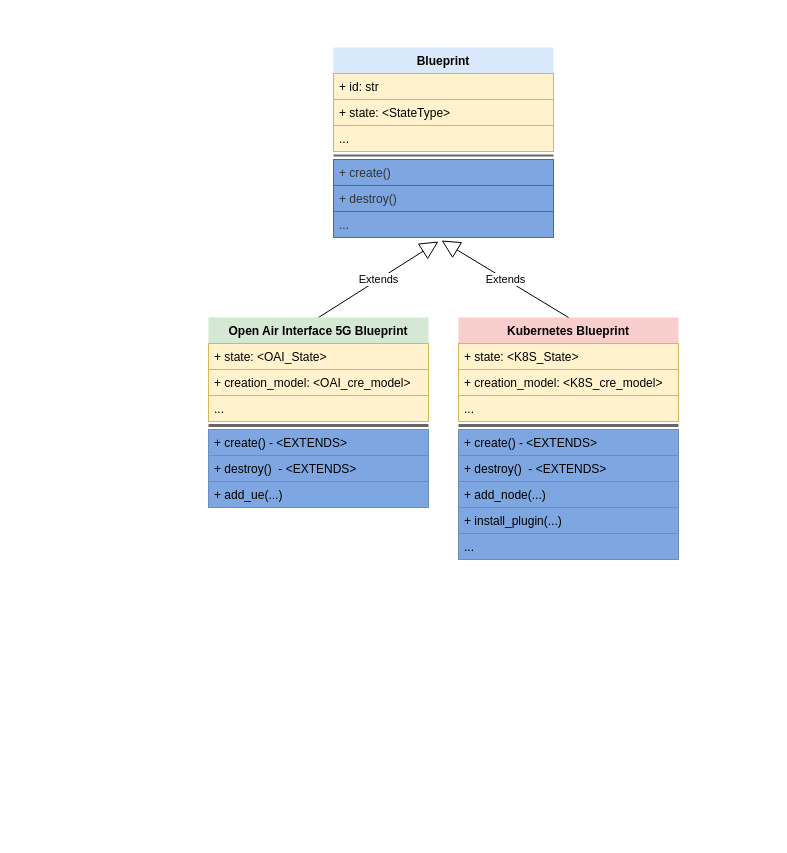
This is page "Blue-Heritage" (12 of 15) of docs/diagrams/NVFCL-diagrams.drawio from s2n-cnit/nfvcl-ng, a draw.io file, before an edit. Source tidied: cells renumbered, new cells numbered last; positions are measured from the earlier drawing's top-left corner, leaving out a move shared by most shapes. Both pictures are drawn from the tidied source at 100%, with x=0, y=0 at pixel (208, 47).
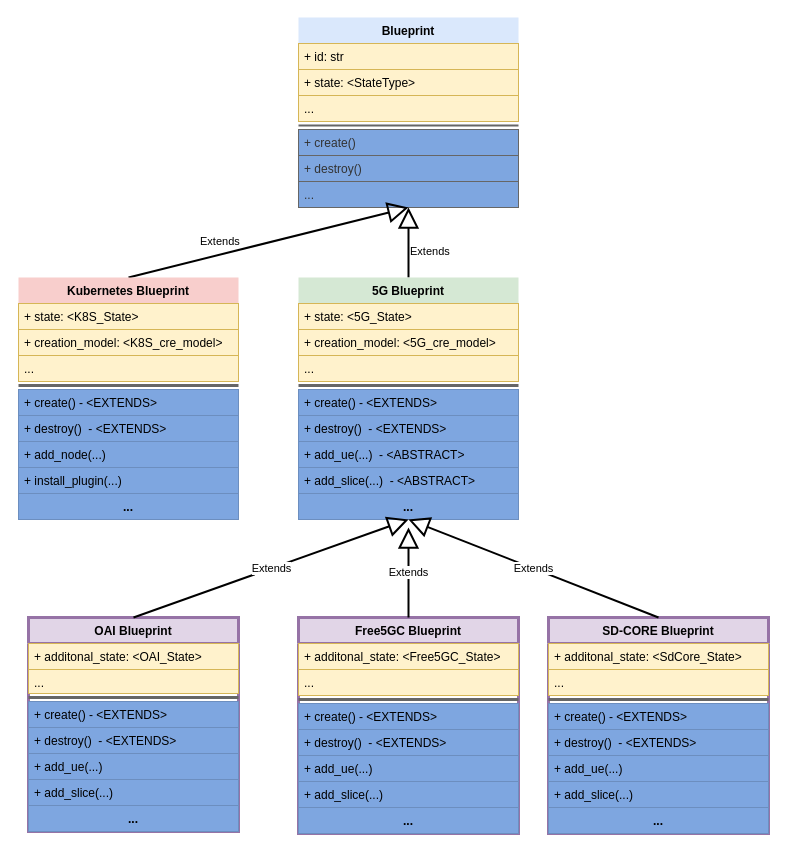
The same page after the edit.

Unchanged cells that the change refers to:
```xml
<mxCell id="9" value="..." style="text;strokeColor=#666666;fillColor=#7EA6E0;align=left;verticalAlign=top;spacingLeft=4;spacingRight=4;overflow=hidden;points=[[0,0.5],[1,0.5]];portConstraint=eastwest;whiteSpace=wrap;html=1;fontColor=#333333;" parent="2" vertex="1">
  <mxGeometry y="164" width="220" height="26" as="geometry" />
</mxCell>
```

Change to the diagram source:
```diff
@@
     <mxCell id="2" value="Blueprint" style="swimlane;fontStyle=1;align=center;verticalAlign=top;horizontal=1;startSize=26;whiteSpace=wrap;html=1;fillColor=#dae8fc;strokeColor=none;gradientColor=none;" parent="1" vertex="1">
-      <mxGeometry x="125" width="220" height="190" as="geometry" />
+      <mxGeometry x="90" y="-30" width="220" height="190" as="geometry" />
     </mxCell>
@@
-    <mxCell id="10" value="Extends" style="endArrow=block;endSize=16;endFill=0;html=1;rounded=0;entryX=0.477;entryY=1.154;entryDx=0;entryDy=0;entryPerimeter=0;exitX=0.5;exitY=0;exitDx=0;exitDy=0;" parent="1" edge="1" source="11" target="9">
-      <mxGeometry relative="1" as="geometry" />
-    </mxCell>
+    <mxCell id="30" style="rounded=0;jettySize=auto;html=1;entryX=0.5;entryY=1;entryDx=0;entryDy=0;endArrow=block;endFill=0;strokeWidth=2;exitX=0.5;exitY=0;exitDx=0;exitDy=0;strokeColor=default;align=center;verticalAlign=middle;fontFamily=Helvetica;fontSize=11;fontColor=default;labelBackgroundColor=default;endSize=16;" parent="1" edge="1" source="11" target="2">
+      <mxGeometry relative="1" as="geometry" />
+    </mxCell>
-    <mxCell id="11" value="Open Air Interface 5G Blueprint" style="swimlane;fontStyle=1;align=center;verticalAlign=top;horizontal=1;startSize=26;whiteSpace=wrap;html=1;fillColor=#d5e8d4;strokeColor=none;" parent="1" vertex="1">
-      <mxGeometry y="270" width="220" height="190" as="geometry" />
+    <mxCell id="11" value="&lt;div&gt;&lt;span style=&quot;background-color: initial;&quot;&gt;5G Blueprint&lt;/span&gt;&lt;br&gt;&lt;/div&gt;" style="swimlane;fontStyle=1;align=center;verticalAlign=top;horizontal=1;startSize=26;whiteSpace=wrap;html=1;fillColor=#d5e8d4;strokeColor=none;" parent="1" vertex="1">
+      <mxGeometry x="90" y="230" width="220" height="242" as="geometry" />
     </mxCell>
-    <mxCell id="12" value="+ state: &amp;lt;OAI_State&amp;gt;" style="text;strokeColor=#d6b656;fillColor=#fff2cc;align=left;verticalAlign=top;spacingLeft=4;spacingRight=4;overflow=hidden;whiteSpace=wrap;html=1;" parent="11" vertex="1">
+    <mxCell id="12" value="+ state: &amp;lt;5G_State&amp;gt;" style="text;strokeColor=#d6b656;fillColor=#fff2cc;align=left;verticalAlign=top;spacingLeft=4;spacingRight=4;overflow=hidden;whiteSpace=wrap;html=1;" parent="11" vertex="1">
       <mxGeometry y="26" width="220" height="26" as="geometry" />
     </mxCell>
-    <mxCell id="13" value="+ creation_model: &amp;lt;OAI_cre_model&amp;gt;" style="text;strokeColor=#d6b656;fillColor=#fff2cc;align=left;verticalAlign=top;spacingLeft=4;spacingRight=4;overflow=hidden;whiteSpace=wrap;html=1;" parent="11" vertex="1">
+    <mxCell id="13" value="+ creation_model: &amp;lt;5G_cre_model&amp;gt;" style="text;strokeColor=#d6b656;fillColor=#fff2cc;align=left;verticalAlign=top;spacingLeft=4;spacingRight=4;overflow=hidden;whiteSpace=wrap;html=1;" parent="11" vertex="1">
       <mxGeometry y="52" width="220" height="26" as="geometry" />
     </mxCell>
@@
-    <mxCell id="18" value="+ add_ue(...)" style="text;strokeColor=#6c8ebf;fillColor=#7EA6E0;align=left;verticalAlign=top;spacingLeft=4;spacingRight=4;overflow=hidden;whiteSpace=wrap;html=1;" parent="11" vertex="1">
+    <mxCell id="18" value="+ add_ue(...)&amp;nbsp; - &amp;lt;ABSTRACT&amp;gt;" style="text;strokeColor=#6c8ebf;fillColor=#7EA6E0;align=left;verticalAlign=top;spacingLeft=4;spacingRight=4;overflow=hidden;whiteSpace=wrap;html=1;" parent="11" vertex="1">
       <mxGeometry y="164" width="220" height="26" as="geometry" />
     </mxCell>
+    <mxCell id="31" value="+ add_slice(...)&amp;nbsp; - &amp;lt;ABSTRACT&amp;gt;" style="text;strokeColor=#6c8ebf;fillColor=#7EA6E0;align=left;verticalAlign=top;spacingLeft=4;spacingRight=4;overflow=hidden;whiteSpace=wrap;html=1;" parent="11" vertex="1">
+      <mxGeometry y="190" width="220" height="26" as="geometry" />
+    </mxCell>
+    <mxCell id="32" value="..." style="text;strokeColor=#6c8ebf;fillColor=#7EA6E0;align=center;verticalAlign=top;spacingLeft=4;spacingRight=4;overflow=hidden;whiteSpace=wrap;html=1;fontStyle=1;" parent="11" vertex="1">
+      <mxGeometry y="216" width="220" height="26" as="geometry" />
+    </mxCell>
+    <mxCell id="33" style="rounded=0;jettySize=auto;html=1;entryX=0.5;entryY=1;entryDx=0;entryDy=0;endArrow=block;endFill=0;strokeWidth=2;exitX=0.5;exitY=0;exitDx=0;exitDy=0;strokeColor=default;align=center;verticalAlign=middle;fontFamily=Helvetica;fontSize=11;fontColor=default;labelBackgroundColor=default;endSize=16;" parent="1" edge="1" source="19" target="2">
+      <mxGeometry relative="1" as="geometry" />
+    </mxCell>
     <mxCell id="19" value="Kubernetes Blueprint" style="swimlane;fontStyle=1;align=center;verticalAlign=top;horizontal=1;startSize=26;whiteSpace=wrap;html=1;fillColor=#f8cecc;strokeColor=none;strokeWidth=3;" parent="1" vertex="1">
-      <mxGeometry x="250" y="270" width="220" height="242" as="geometry" />
+      <mxGeometry x="-190" y="230" width="220" height="242" as="geometry" />
     </mxCell>
@@
-    <mxCell id="28" value="..." style="text;strokeColor=#6c8ebf;fillColor=#7EA6E0;align=left;verticalAlign=top;spacingLeft=4;spacingRight=4;overflow=hidden;whiteSpace=wrap;html=1;" parent="19" vertex="1">
+    <mxCell id="28" value="..." style="text;strokeColor=#6c8ebf;fillColor=#7EA6E0;align=center;verticalAlign=top;spacingLeft=4;spacingRight=4;overflow=hidden;whiteSpace=wrap;html=1;fontStyle=1;" parent="19" vertex="1">
       <mxGeometry y="216" width="220" height="26" as="geometry" />
     </mxCell>
-    <mxCell id="29" value="Extends" style="endArrow=block;endSize=16;endFill=0;html=1;rounded=0;exitX=0.5;exitY=0;exitDx=0;exitDy=0;entryX=0.491;entryY=1.115;entryDx=0;entryDy=0;entryPerimeter=0;" parent="1" edge="1" source="19" target="9">
-      <mxGeometry relative="1" as="geometry" />
-    </mxCell>
+    <mxCell id="34" value="OAI Blueprint" style="swimlane;fontStyle=1;align=center;verticalAlign=top;horizontal=1;startSize=26;whiteSpace=wrap;html=1;fillColor=#e1d5e7;strokeColor=#9673a6;strokeWidth=3;" parent="1" vertex="1">
+      <mxGeometry x="-180" y="570" width="210" height="214" as="geometry" />
+    </mxCell>
+    <mxCell id="35" value="+ additonal_state: &amp;lt;OAI_State&amp;gt;" style="text;strokeColor=#d6b656;fillColor=#fff2cc;align=left;verticalAlign=top;spacingLeft=4;spacingRight=4;overflow=hidden;whiteSpace=wrap;html=1;" parent="34" vertex="1">
+      <mxGeometry y="26" width="210" height="26" as="geometry" />
+    </mxCell>
+    <mxCell id="36" value="..." style="text;strokeColor=#d6b656;fillColor=#fff2cc;align=left;verticalAlign=top;spacingLeft=4;spacingRight=4;overflow=hidden;whiteSpace=wrap;html=1;" parent="34" vertex="1">
+      <mxGeometry y="52" width="210" height="24" as="geometry" />
+    </mxCell>
+    <mxCell id="37" style="line;strokeWidth=3;fillColor=#f5f5f5;align=left;verticalAlign=middle;spacingTop=-1;spacingLeft=3;spacingRight=3;labelPosition=right;strokeColor=#666666;fontColor=#333333;" parent="34" vertex="1">
+      <mxGeometry y="76" width="210" height="8" as="geometry" />
+    </mxCell>
+    <mxCell id="38" value="+ create() - &amp;lt;EXTENDS&amp;gt;" style="text;strokeColor=#6c8ebf;fillColor=#7EA6E0;align=left;verticalAlign=top;spacingLeft=4;spacingRight=4;overflow=hidden;whiteSpace=wrap;html=1;" parent="34" vertex="1">
+      <mxGeometry y="84" width="210" height="26" as="geometry" />
+    </mxCell>
+    <mxCell id="39" value="+ destroy()&amp;nbsp; - &amp;lt;EXTENDS&amp;gt;" style="text;strokeColor=#6c8ebf;fillColor=#7EA6E0;align=left;verticalAlign=top;spacingLeft=4;spacingRight=4;overflow=hidden;whiteSpace=wrap;html=1;" parent="34" vertex="1">
+      <mxGeometry y="110" width="210" height="26" as="geometry" />
+    </mxCell>
+    <mxCell id="40" value="+ add_ue(...)" style="text;strokeColor=#6c8ebf;fillColor=#7EA6E0;align=left;verticalAlign=top;spacingLeft=4;spacingRight=4;overflow=hidden;whiteSpace=wrap;html=1;" parent="34" vertex="1">
+      <mxGeometry y="136" width="210" height="26" as="geometry" />
+    </mxCell>
+    <mxCell id="41" value="+ add_slice(...)&amp;nbsp;" style="text;strokeColor=#6c8ebf;fillColor=#7EA6E0;align=left;verticalAlign=top;spacingLeft=4;spacingRight=4;overflow=hidden;whiteSpace=wrap;html=1;" parent="34" vertex="1">
+      <mxGeometry y="162" width="210" height="26" as="geometry" />
+    </mxCell>
+    <mxCell id="42" value="..." style="text;strokeColor=#6c8ebf;fillColor=#7EA6E0;align=center;verticalAlign=top;spacingLeft=4;spacingRight=4;overflow=hidden;whiteSpace=wrap;html=1;fontStyle=1;" parent="34" vertex="1">
+      <mxGeometry y="188" width="210" height="26" as="geometry" />
+    </mxCell>
+    <mxCell id="43" value="Free5GC Blueprint" style="swimlane;fontStyle=1;align=center;verticalAlign=top;horizontal=1;startSize=26;whiteSpace=wrap;html=1;fillColor=#e1d5e7;strokeColor=#9673a6;strokeWidth=3;" parent="1" vertex="1">
+      <mxGeometry x="90" y="570" width="220" height="216" as="geometry" />
+    </mxCell>
+    <mxCell id="44" value="+ additonal_state: &amp;lt;Free5GC_State&amp;gt;" style="text;strokeColor=#d6b656;fillColor=#fff2cc;align=left;verticalAlign=top;spacingLeft=4;spacingRight=4;overflow=hidden;whiteSpace=wrap;html=1;" parent="43" vertex="1">
+      <mxGeometry y="26" width="220" height="26" as="geometry" />
+    </mxCell>
+    <mxCell id="45" value="..." style="text;strokeColor=#d6b656;fillColor=#fff2cc;align=left;verticalAlign=top;spacingLeft=4;spacingRight=4;overflow=hidden;whiteSpace=wrap;html=1;" parent="43" vertex="1">
+      <mxGeometry y="52" width="220" height="26" as="geometry" />
+    </mxCell>
+    <mxCell id="46" style="line;strokeWidth=3;fillColor=#f5f5f5;align=left;verticalAlign=middle;spacingTop=-1;spacingLeft=3;spacingRight=3;labelPosition=right;strokeColor=#666666;fontColor=#333333;" parent="43" vertex="1">
+      <mxGeometry y="78" width="220" height="8" as="geometry" />
+    </mxCell>
+    <mxCell id="47" value="+ create() - &amp;lt;EXTENDS&amp;gt;" style="text;strokeColor=#6c8ebf;fillColor=#7EA6E0;align=left;verticalAlign=top;spacingLeft=4;spacingRight=4;overflow=hidden;whiteSpace=wrap;html=1;" parent="43" vertex="1">
+      <mxGeometry y="86" width="220" height="26" as="geometry" />
+    </mxCell>
+    <mxCell id="48" value="+ destroy()&amp;nbsp; - &amp;lt;EXTENDS&amp;gt;" style="text;strokeColor=#6c8ebf;fillColor=#7EA6E0;align=left;verticalAlign=top;spacingLeft=4;spacingRight=4;overflow=hidden;whiteSpace=wrap;html=1;" parent="43" vertex="1">
+      <mxGeometry y="112" width="220" height="26" as="geometry" />
+    </mxCell>
+    <mxCell id="49" value="+ add_ue(...)" style="text;strokeColor=#6c8ebf;fillColor=#7EA6E0;align=left;verticalAlign=top;spacingLeft=4;spacingRight=4;overflow=hidden;whiteSpace=wrap;html=1;" parent="43" vertex="1">
+      <mxGeometry y="138" width="220" height="26" as="geometry" />
+    </mxCell>
+    <mxCell id="50" value="+ add_slice(...)" style="text;strokeColor=#6c8ebf;fillColor=#7EA6E0;align=left;verticalAlign=top;spacingLeft=4;spacingRight=4;overflow=hidden;whiteSpace=wrap;html=1;" parent="43" vertex="1">
+      <mxGeometry y="164" width="220" height="26" as="geometry" />
+    </mxCell>
+    <mxCell id="51" value="..." style="text;strokeColor=#6c8ebf;fillColor=#7EA6E0;align=center;verticalAlign=top;spacingLeft=4;spacingRight=4;overflow=hidden;whiteSpace=wrap;html=1;fontStyle=1;" parent="43" vertex="1">
+      <mxGeometry y="190" width="220" height="26" as="geometry" />
+    </mxCell>
+    <mxCell id="52" value="SD-CORE Blueprint" style="swimlane;fontStyle=1;align=center;verticalAlign=top;horizontal=1;startSize=26;whiteSpace=wrap;html=1;fillColor=#e1d5e7;strokeColor=#9673a6;strokeWidth=3;" parent="1" vertex="1">
+      <mxGeometry x="340" y="570" width="220" height="216" as="geometry" />
+    </mxCell>
+    <mxCell id="53" value="+ additonal_state: &amp;lt;SdCore_State&amp;gt;" style="text;strokeColor=#d6b656;fillColor=#fff2cc;align=left;verticalAlign=top;spacingLeft=4;spacingRight=4;overflow=hidden;whiteSpace=wrap;html=1;" parent="52" vertex="1">
+      <mxGeometry y="26" width="220" height="26" as="geometry" />
+    </mxCell>
+    <mxCell id="54" value="..." style="text;strokeColor=#d6b656;fillColor=#fff2cc;align=left;verticalAlign=top;spacingLeft=4;spacingRight=4;overflow=hidden;whiteSpace=wrap;html=1;" parent="52" vertex="1">
+      <mxGeometry y="52" width="220" height="26" as="geometry" />
+    </mxCell>
+    <mxCell id="55" style="line;strokeWidth=3;fillColor=#f5f5f5;align=left;verticalAlign=middle;spacingTop=-1;spacingLeft=3;spacingRight=3;labelPosition=right;strokeColor=#666666;fontColor=#333333;" parent="52" vertex="1">
+      <mxGeometry y="78" width="220" height="8" as="geometry" />
+    </mxCell>
+    <mxCell id="56" value="+ create() - &amp;lt;EXTENDS&amp;gt;" style="text;strokeColor=#6c8ebf;fillColor=#7EA6E0;align=left;verticalAlign=top;spacingLeft=4;spacingRight=4;overflow=hidden;whiteSpace=wrap;html=1;" parent="52" vertex="1">
+      <mxGeometry y="86" width="220" height="26" as="geometry" />
+    </mxCell>
+    <mxCell id="57" value="+ destroy()&amp;nbsp; - &amp;lt;EXTENDS&amp;gt;" style="text;strokeColor=#6c8ebf;fillColor=#7EA6E0;align=left;verticalAlign=top;spacingLeft=4;spacingRight=4;overflow=hidden;whiteSpace=wrap;html=1;" parent="52" vertex="1">
+      <mxGeometry y="112" width="220" height="26" as="geometry" />
+    </mxCell>
+    <mxCell id="58" value="+ add_ue(...)" style="text;strokeColor=#6c8ebf;fillColor=#7EA6E0;align=left;verticalAlign=top;spacingLeft=4;spacingRight=4;overflow=hidden;whiteSpace=wrap;html=1;" parent="52" vertex="1">
+      <mxGeometry y="138" width="220" height="26" as="geometry" />
+    </mxCell>
+    <mxCell id="59" value="+ add_slice(...)&amp;nbsp;" style="text;strokeColor=#6c8ebf;fillColor=#7EA6E0;align=left;verticalAlign=top;spacingLeft=4;spacingRight=4;overflow=hidden;whiteSpace=wrap;html=1;" parent="52" vertex="1">
+      <mxGeometry y="164" width="220" height="26" as="geometry" />
+    </mxCell>
+    <mxCell id="60" value="..." style="text;strokeColor=#6c8ebf;fillColor=#7EA6E0;align=center;verticalAlign=top;spacingLeft=4;spacingRight=4;overflow=hidden;whiteSpace=wrap;html=1;fontStyle=1;" parent="52" vertex="1">
+      <mxGeometry y="190" width="220" height="26" as="geometry" />
+    </mxCell>
+    <mxCell id="61" value="Extends" style="endArrow=block;endSize=16;endFill=0;html=1;rounded=0;exitX=0.5;exitY=0;exitDx=0;exitDy=0;entryX=0.5;entryY=1;entryDx=0;entryDy=0;strokeWidth=2;" parent="1" edge="1" source="34" target="11">
+      <mxGeometry relative="1" as="geometry" />
+    </mxCell>
+    <mxCell id="62" value="Extends" style="endArrow=block;endSize=16;endFill=0;html=1;rounded=0;exitX=0.5;exitY=0;exitDx=0;exitDy=0;strokeWidth=2;" parent="1" edge="1" source="43">
+      <mxGeometry relative="1" as="geometry">
+        <mxPoint x="200" y="480" as="targetPoint" />
+      </mxGeometry>
+    </mxCell>
+    <mxCell id="63" value="Extends" style="endArrow=block;endSize=16;endFill=0;html=1;rounded=0;exitX=0.5;exitY=0;exitDx=0;exitDy=0;entryX=0.5;entryY=1;entryDx=0;entryDy=0;strokeWidth=2;" parent="1" edge="1" source="52" target="11">
+      <mxGeometry relative="1" as="geometry" />
+    </mxCell>
+    <mxCell id="64" value="&lt;span style=&quot;color: rgb(0, 0, 0); font-family: Helvetica; font-size: 11px; font-style: normal; font-variant-ligatures: normal; font-variant-caps: normal; font-weight: 400; letter-spacing: normal; orphans: 2; text-align: center; text-indent: 0px; text-transform: none; widows: 2; word-spacing: 0px; -webkit-text-stroke-width: 0px; white-space: nowrap; background-color: rgb(255, 255, 255); text-decoration-thickness: initial; text-decoration-style: initial; text-decoration-color: initial; display: inline !important; float: none;&quot;&gt;Extends&lt;/span&gt;" style="text;whiteSpace=wrap;html=1;" parent="1" vertex="1">
+      <mxGeometry x="-10" y="180" width="70" height="40" as="geometry" />
+    </mxCell>
+    <mxCell id="65" value="&lt;span style=&quot;color: rgb(0, 0, 0); font-family: Helvetica; font-size: 11px; font-style: normal; font-variant-ligatures: normal; font-variant-caps: normal; font-weight: 400; letter-spacing: normal; orphans: 2; text-align: center; text-indent: 0px; text-transform: none; widows: 2; word-spacing: 0px; -webkit-text-stroke-width: 0px; white-space: nowrap; background-color: rgb(255, 255, 255); text-decoration-thickness: initial; text-decoration-style: initial; text-decoration-color: initial; display: inline !important; float: none;&quot;&gt;Extends&lt;/span&gt;" style="text;whiteSpace=wrap;html=1;" parent="1" vertex="1">
+      <mxGeometry x="200" y="190" width="70" height="40" as="geometry" />
+    </mxCell>
```
